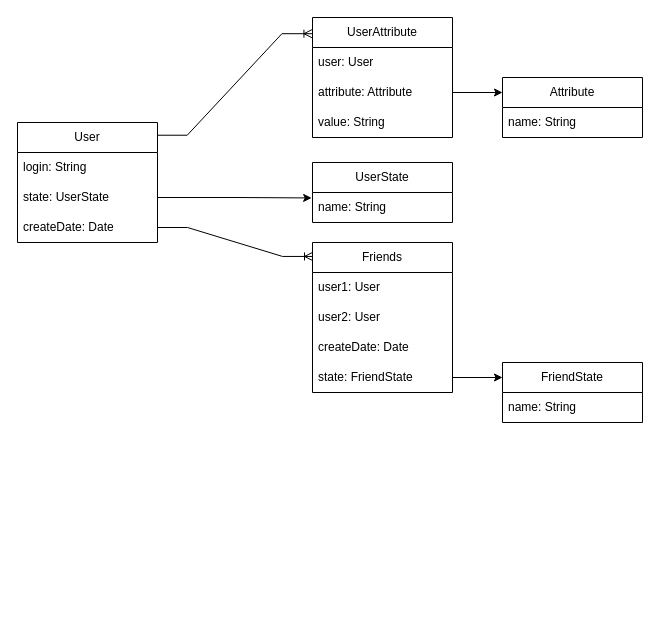
Before: DomainModel.drawio in Piloting/skillbox, a draw.io diagram. Source tidied: cells renumbered, new cells numbered last; positions are measured from the earlier drawing's top-left corner, leaving out a move shared by most shapes. Both pictures are drawn from the tidied source at 100%, with x=0, y=0 at pixel (17, 17).
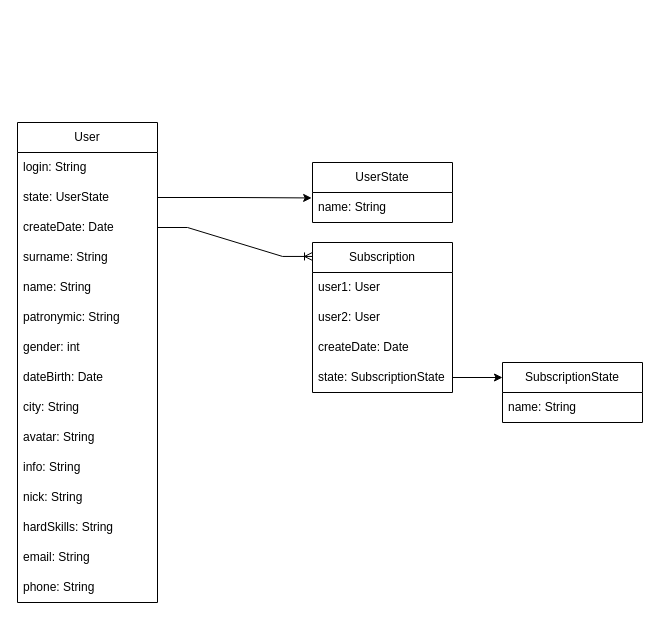
The same page after the edit.

Diff of the diagram source:
```diff
@@
     <mxCell id="2" value="User" style="swimlane;fontStyle=0;horizontal=1;startSize=30;whiteSpace=wrap;html=1;" parent="1" vertex="1">
-      <mxGeometry y="105" width="140" height="120" as="geometry" />
+      <mxGeometry y="105" width="140" height="480" as="geometry" />
     </mxCell>
@@
-    <mxCell id="6" value="UserAttribute" style="swimlane;fontStyle=0;horizontal=1;startSize=30;whiteSpace=wrap;html=1;" parent="1" vertex="1">
-      <mxGeometry x="295" width="140" height="120" as="geometry" />
-    </mxCell>
-    <mxCell id="7" value="user: User" style="text;strokeColor=none;fillColor=none;align=left;verticalAlign=middle;spacingLeft=4;spacingRight=4;overflow=hidden;whiteSpace=wrap;html=1;" parent="6" vertex="1">
-      <mxGeometry y="30" width="140" height="30" as="geometry" />
-    </mxCell>
-    <mxCell id="8" value="attribute: Attribute" style="text;strokeColor=none;fillColor=none;align=left;verticalAlign=middle;spacingLeft=4;spacingRight=4;overflow=hidden;points=[[0,0.5],[1,0.5]];portConstraint=eastwest;whiteSpace=wrap;html=1;" parent="6" vertex="1">
-      <mxGeometry y="60" width="140" height="30" as="geometry" />
-    </mxCell>
-    <mxCell id="9" value="value: String" style="text;strokeColor=none;fillColor=none;align=left;verticalAlign=middle;spacingLeft=4;spacingRight=4;overflow=hidden;whiteSpace=wrap;html=1;" parent="6" vertex="1">
-      <mxGeometry y="90" width="140" height="30" as="geometry" />
-    </mxCell>
+    <mxCell id="26" value="surname: String" style="text;strokeColor=none;fillColor=none;align=left;verticalAlign=middle;spacingLeft=4;spacingRight=4;overflow=hidden;whiteSpace=wrap;html=1;" parent="2" vertex="1">
+      <mxGeometry y="120" width="140" height="30" as="geometry" />
+    </mxCell>
+    <mxCell id="16" value="name: String" style="text;strokeColor=none;fillColor=none;align=left;verticalAlign=middle;spacingLeft=4;spacingRight=4;overflow=hidden;whiteSpace=wrap;html=1;" parent="2" vertex="1">
+      <mxGeometry y="150" width="140" height="30" as="geometry" />
+    </mxCell>
+    <mxCell id="27" value="patronymic: String" style="text;strokeColor=none;fillColor=none;align=left;verticalAlign=middle;spacingLeft=4;spacingRight=4;overflow=hidden;whiteSpace=wrap;html=1;" parent="2" vertex="1">
+      <mxGeometry y="180" width="140" height="30" as="geometry" />
+    </mxCell>
+    <mxCell id="28" value="gender: int" style="text;strokeColor=none;fillColor=none;align=left;verticalAlign=middle;spacingLeft=4;spacingRight=4;overflow=hidden;whiteSpace=wrap;html=1;" parent="2" vertex="1">
+      <mxGeometry y="210" width="140" height="30" as="geometry" />
+    </mxCell>
+    <mxCell id="29" value="dateBirth: Date" style="text;strokeColor=none;fillColor=none;align=left;verticalAlign=middle;spacingLeft=4;spacingRight=4;overflow=hidden;whiteSpace=wrap;html=1;" parent="2" vertex="1">
+      <mxGeometry y="240" width="140" height="30" as="geometry" />
+    </mxCell>
+    <mxCell id="30" value="city: String" style="text;strokeColor=none;fillColor=none;align=left;verticalAlign=middle;spacingLeft=4;spacingRight=4;overflow=hidden;whiteSpace=wrap;html=1;" parent="2" vertex="1">
+      <mxGeometry y="270" width="140" height="30" as="geometry" />
+    </mxCell>
+    <mxCell id="31" value="avatar: String" style="text;strokeColor=none;fillColor=none;align=left;verticalAlign=middle;spacingLeft=4;spacingRight=4;overflow=hidden;whiteSpace=wrap;html=1;" parent="2" vertex="1">
+      <mxGeometry y="300" width="140" height="30" as="geometry" />
+    </mxCell>
+    <mxCell id="32" value="info: String" style="text;strokeColor=none;fillColor=none;align=left;verticalAlign=middle;spacingLeft=4;spacingRight=4;overflow=hidden;whiteSpace=wrap;html=1;" parent="2" vertex="1">
+      <mxGeometry y="330" width="140" height="30" as="geometry" />
+    </mxCell>
+    <mxCell id="33" value="nick: String" style="text;strokeColor=none;fillColor=none;align=left;verticalAlign=middle;spacingLeft=4;spacingRight=4;overflow=hidden;whiteSpace=wrap;html=1;" parent="2" vertex="1">
+      <mxGeometry y="360" width="140" height="30" as="geometry" />
+    </mxCell>
+    <mxCell id="34" value="hardSkills: String" style="text;strokeColor=none;fillColor=none;align=left;verticalAlign=middle;spacingLeft=4;spacingRight=4;overflow=hidden;whiteSpace=wrap;html=1;" parent="2" vertex="1">
+      <mxGeometry y="390" width="140" height="30" as="geometry" />
+    </mxCell>
+    <mxCell id="35" value="email: String" style="text;strokeColor=none;fillColor=none;align=left;verticalAlign=middle;spacingLeft=4;spacingRight=4;overflow=hidden;whiteSpace=wrap;html=1;" parent="2" vertex="1">
+      <mxGeometry y="420" width="140" height="30" as="geometry" />
+    </mxCell>
+    <mxCell id="36" value="phone: String" style="text;strokeColor=none;fillColor=none;align=left;verticalAlign=middle;spacingLeft=4;spacingRight=4;overflow=hidden;whiteSpace=wrap;html=1;" parent="2" vertex="1">
+      <mxGeometry y="450" width="140" height="30" as="geometry" />
+    </mxCell>
-    <mxCell id="10" value="Friends" style="swimlane;fontStyle=0;horizontal=1;startSize=30;whiteSpace=wrap;html=1;" parent="1" vertex="1">
+    <mxCell id="10" value="Subscription" style="swimlane;fontStyle=0;horizontal=1;startSize=30;whiteSpace=wrap;html=1;" parent="1" vertex="1">
       <mxGeometry x="295" y="225" width="140" height="150" as="geometry" />
     </mxCell>
@@
-    <mxCell id="14" value="state: FriendState" style="text;strokeColor=none;fillColor=none;align=left;verticalAlign=middle;spacingLeft=4;spacingRight=4;overflow=hidden;points=[[0,0.5],[1,0.5]];portConstraint=eastwest;whiteSpace=wrap;html=1;" parent="10" vertex="1">
+    <mxCell id="14" value="state: SubscriptionState" style="text;strokeColor=none;fillColor=none;align=left;verticalAlign=middle;spacingLeft=4;spacingRight=4;overflow=hidden;points=[[0,0.5],[1,0.5]];portConstraint=eastwest;whiteSpace=wrap;html=1;" parent="10" vertex="1">
       <mxGeometry y="120" width="140" height="30" as="geometry" />
     </mxCell>
-    <mxCell id="15" value="Attribute" style="swimlane;fontStyle=0;horizontal=1;startSize=30;whiteSpace=wrap;html=1;" parent="1" vertex="1">
-      <mxGeometry x="485" y="60" width="140" height="60" as="geometry" />
-    </mxCell>
-    <mxCell id="16" value="name: String" style="text;strokeColor=none;fillColor=none;align=left;verticalAlign=middle;spacingLeft=4;spacingRight=4;overflow=hidden;whiteSpace=wrap;html=1;" parent="15" vertex="1">
-      <mxGeometry y="30" width="140" height="30" as="geometry" />
-    </mxCell>
@@
-    <mxCell id="19" value="FriendState" style="swimlane;fontStyle=0;horizontal=1;startSize=30;whiteSpace=wrap;html=1;" parent="1" vertex="1">
+    <mxCell id="19" value="SubscriptionState" style="swimlane;fontStyle=0;horizontal=1;startSize=30;whiteSpace=wrap;html=1;" parent="1" vertex="1">
       <mxGeometry x="485" y="345" width="140" height="60" as="geometry" />
     </mxCell>
@@
-    <mxCell id="21" style="endArrow=classic;html=1;rounded=0;edgeStyle=orthogonalEdgeStyle;exitX=1;exitY=0.5;exitDx=0;exitDy=0;entryX=0;entryY=0.25;entryDx=0;entryDy=0;" parent="1" edge="1" source="8" target="15">
-      <mxGeometry relative="1" as="geometry" />
-    </mxCell>
-    <mxCell id="22" style="edgeStyle=entityRelationEdgeStyle;fontSize=12;html=1;endArrow=ERoneToMany;rounded=0;entryX=-0.004;entryY=0.135;entryDx=0;entryDy=0;entryPerimeter=0;exitX=0.998;exitY=0.106;exitDx=0;exitDy=0;exitPerimeter=0;" parent="1" edge="1" source="2" target="6">
-      <mxGeometry relative="1" as="geometry" />
-    </mxCell>
```
